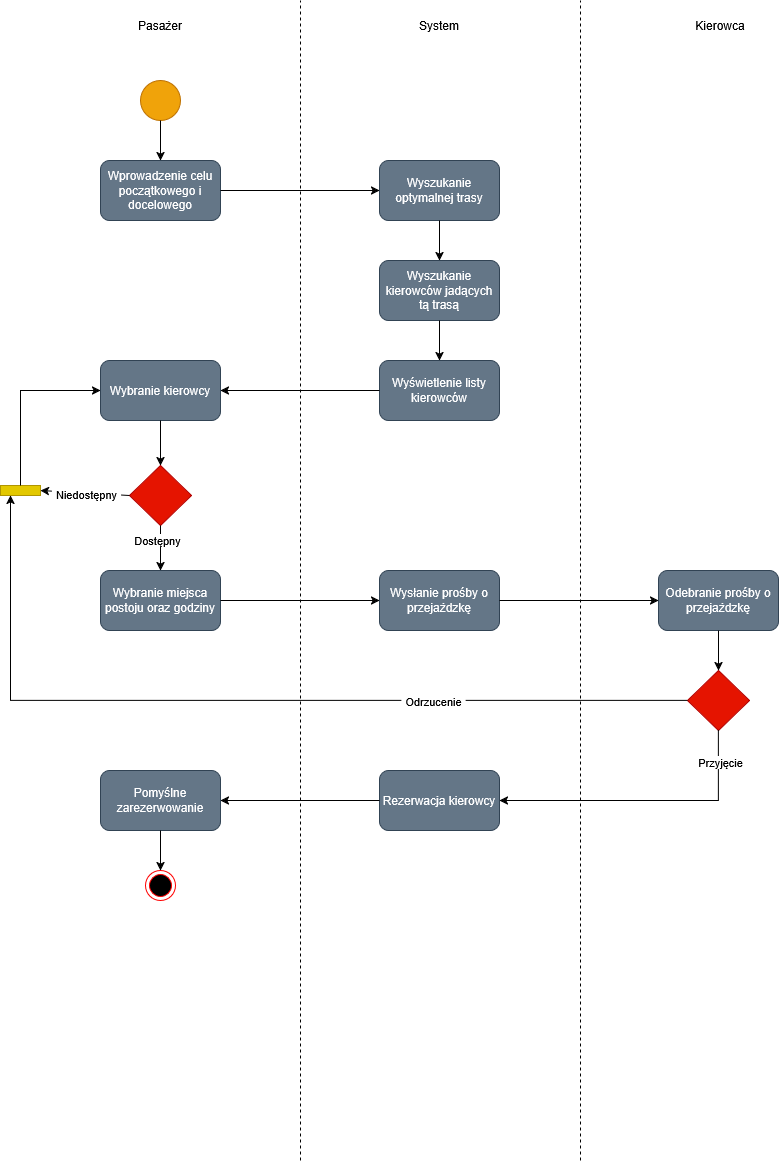
Before: docs/Projekt_IO_Main.drawio.png, a diagram exported from draw.io (IoProjektS5/IO_Projekt). Source tidied: cells renumbered, new cells last; positions are measured from the earlier drawing's top-left corner, leaving out a move shared by most shapes.
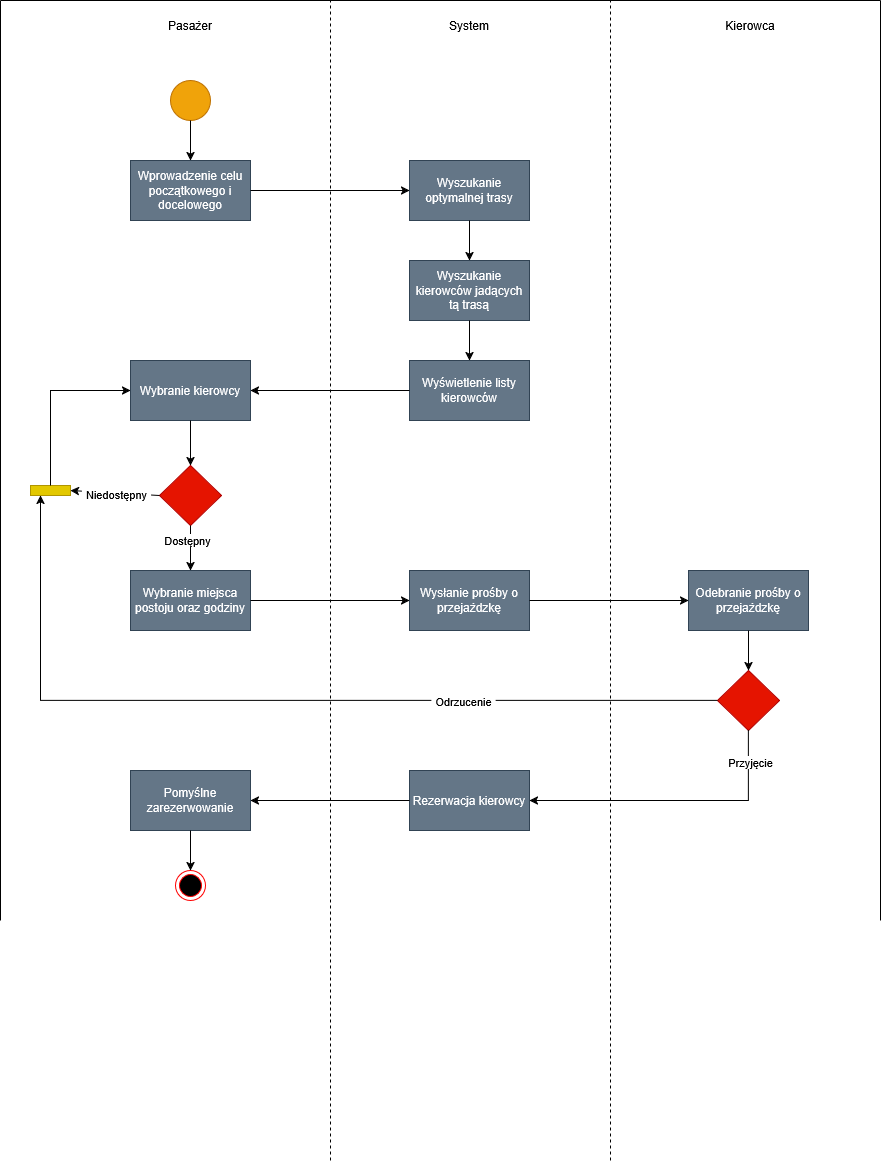
After the change.

Change to the diagram source:
```diff
@@ -1,8 +1,8 @@
-<mxGraphModel>
+<mxGraphModel background="light-dark(#FFFFFF,#FFFFFF)">
   <root>
     <mxCell id="0" />
     <mxCell id="1" parent="0" />
-    <mxCell id="2" style="ellipse;whiteSpace=wrap;html=1;shapeInside=1;fillColor=#f0a30a;fontColor=#000000;strokeColor=#BD7000;" parent="1" vertex="1">
+    <mxCell id="2" style="ellipse;whiteSpace=wrap;html=1;shapeInside=1;fillColor=#f0a30a;fontColor=#000000;strokeColor=#BD7000;rounded=0;" parent="1" vertex="1">
       <mxGeometry x="140" y="80" width="40" height="40" as="geometry" />
     </mxCell>
     <mxCell id="3" style="endArrow=none;dashed=1;html=1;rounded=0;defaultLabelBackgroundColor=page;labelPadding=0 4;" parent="1" edge="1">
@@ -26,55 +26,55 @@
     <mxCell id="7" value="Kierowca" style="text;html=1;whiteSpace=wrap;strokeColor=none;fillColor=none;align=center;verticalAlign=middle;rounded=0;" parent="1" vertex="1">
       <mxGeometry x="660" y="10" width="120" height="30" as="geometry" />
     </mxCell>
-    <mxCell id="8" value="Wprowadzenie celu początkowego i docelowego" style="rounded=1;whiteSpace=wrap;html=1;roundedPerimeter=1;fillColor=#647687;strokeColor=#314354;fontColor=#ffffff;" parent="1" vertex="1">
+    <mxCell id="8" value="Wprowadzenie celu początkowego i docelowego" style="rounded=0;whiteSpace=wrap;html=1;fillColor=#647687;strokeColor=#314354;fontColor=#ffffff;" parent="1" vertex="1">
       <mxGeometry x="100" y="160" width="120" height="60" as="geometry" />
     </mxCell>
     <mxCell id="9" style="endArrow=classic;html=1;rounded=0;defaultLabelBackgroundColor=page;labelPadding=0 4;exitX=0.5;exitY=1;exitDx=0;exitDy=0;entryX=0.5;entryY=0;entryDx=0;entryDy=0;" parent="1" edge="1" source="2" target="8">
       <mxGeometry relative="1" as="geometry" />
     </mxCell>
-    <mxCell id="10" value="Wyszukanie optymalnej trasy" style="rounded=1;whiteSpace=wrap;html=1;roundedPerimeter=1;fillColor=#647687;fontColor=#ffffff;strokeColor=#314354;" parent="1" vertex="1">
+    <mxCell id="10" value="Wyszukanie optymalnej trasy" style="rounded=0;whiteSpace=wrap;html=1;fillColor=#647687;fontColor=#ffffff;strokeColor=#314354;" parent="1" vertex="1">
       <mxGeometry x="379" y="160" width="120" height="60" as="geometry" />
     </mxCell>
     <mxCell id="11" style="endArrow=classic;html=1;rounded=0;defaultLabelBackgroundColor=page;labelPadding=0 4;exitX=1;exitY=0.5;exitDx=0;exitDy=0;entryX=0;entryY=0.5;entryDx=0;entryDy=0;" parent="1" edge="1" source="8" target="10">
       <mxGeometry relative="1" as="geometry" />
     </mxCell>
-    <mxCell id="12" value="Wyszukanie kierowców jadących tą trasą" style="rounded=1;whiteSpace=wrap;html=1;roundedPerimeter=1;fillColor=#647687;fontColor=#ffffff;strokeColor=#314354;" parent="1" vertex="1">
+    <mxCell id="12" value="Wyszukanie kierowców jadących tą trasą" style="rounded=0;whiteSpace=wrap;html=1;fillColor=#647687;fontColor=#ffffff;strokeColor=#314354;" parent="1" vertex="1">
       <mxGeometry x="379" y="260" width="120" height="60" as="geometry" />
     </mxCell>
     <mxCell id="13" style="endArrow=classic;html=1;rounded=0;defaultLabelBackgroundColor=page;labelPadding=0 4;exitX=0.5;exitY=1;exitDx=0;exitDy=0;entryX=0.5;entryY=0;entryDx=0;entryDy=0;" parent="1" edge="1" source="10" target="12">
       <mxGeometry relative="1" as="geometry" />
     </mxCell>
-    <mxCell id="14" value="Wyświetlenie listy kierowców" style="rounded=1;whiteSpace=wrap;html=1;roundedPerimeter=1;fillColor=#647687;fontColor=#ffffff;strokeColor=#314354;" parent="1" vertex="1">
+    <mxCell id="14" value="Wyświetlenie listy kierowców" style="rounded=0;whiteSpace=wrap;html=1;fillColor=#647687;fontColor=#ffffff;strokeColor=#314354;" parent="1" vertex="1">
       <mxGeometry x="379" y="360" width="120" height="60" as="geometry" />
     </mxCell>
     <mxCell id="15" style="endArrow=classic;html=1;rounded=0;defaultLabelBackgroundColor=page;labelPadding=0 4;exitX=0.5;exitY=1;exitDx=0;exitDy=0;entryX=0.5;entryY=0;entryDx=0;entryDy=0;" parent="1" edge="1" source="12" target="14">
       <mxGeometry relative="1" as="geometry" />
     </mxCell>
-    <mxCell id="16" value="Wybranie kierowcy" style="rounded=1;whiteSpace=wrap;html=1;roundedPerimeter=1;fillColor=#647687;fontColor=#ffffff;strokeColor=#314354;" parent="1" vertex="1">
+    <mxCell id="16" value="Wybranie kierowcy" style="rounded=0;whiteSpace=wrap;html=1;fillColor=#647687;fontColor=#ffffff;strokeColor=#314354;" parent="1" vertex="1">
       <mxGeometry x="100" y="360" width="120" height="60" as="geometry" />
     </mxCell>
     <mxCell id="17" style="endArrow=classic;html=1;rounded=0;defaultLabelBackgroundColor=page;labelPadding=0 4;exitX=0;exitY=0.5;exitDx=0;exitDy=0;entryX=1;entryY=0.5;entryDx=0;entryDy=0;" parent="1" edge="1" source="14" target="16">
       <mxGeometry relative="1" as="geometry" />
     </mxCell>
-    <mxCell id="18" value="Wybranie miejsca postoju oraz godziny" style="rounded=1;whiteSpace=wrap;html=1;roundedPerimeter=1;fillColor=#647687;fontColor=#ffffff;strokeColor=#314354;" parent="1" vertex="1">
+    <mxCell id="18" value="Wybranie miejsca postoju oraz godziny" style="rounded=0;whiteSpace=wrap;html=1;fillColor=#647687;fontColor=#ffffff;strokeColor=#314354;" parent="1" vertex="1">
       <mxGeometry x="100" y="570" width="120" height="60" as="geometry" />
     </mxCell>
-    <mxCell id="19" value="Wysłanie prośby o przejażdzkę" style="rounded=1;whiteSpace=wrap;html=1;roundedPerimeter=1;fillColor=#647687;fontColor=#ffffff;strokeColor=#314354;" parent="1" vertex="1">
+    <mxCell id="19" value="Wysłanie prośby o przejażdzkę" style="rounded=0;whiteSpace=wrap;html=1;fillColor=#647687;fontColor=#ffffff;strokeColor=#314354;" parent="1" vertex="1">
       <mxGeometry x="379" y="570" width="120" height="60" as="geometry" />
     </mxCell>
     <mxCell id="20" style="endArrow=classic;html=1;rounded=0;defaultLabelBackgroundColor=page;labelPadding=0 4;exitX=1;exitY=0.5;exitDx=0;exitDy=0;entryX=0;entryY=0.5;entryDx=0;entryDy=0;" parent="1" edge="1" source="18" target="19">
       <mxGeometry relative="1" as="geometry" />
     </mxCell>
-    <mxCell id="21" value="Odebranie prośby o przejażdzkę" style="rounded=1;whiteSpace=wrap;html=1;roundedPerimeter=1;fillColor=#647687;fontColor=#ffffff;strokeColor=#314354;" parent="1" vertex="1">
+    <mxCell id="21" value="Odebranie prośby o przejażdzkę" style="rounded=0;whiteSpace=wrap;html=1;fillColor=#647687;fontColor=#ffffff;strokeColor=#314354;" parent="1" vertex="1">
       <mxGeometry x="658" y="570" width="120" height="60" as="geometry" />
     </mxCell>
     <mxCell id="22" style="endArrow=classic;html=1;rounded=0;defaultLabelBackgroundColor=page;labelPadding=0 4;exitX=1;exitY=0.5;exitDx=0;exitDy=0;entryX=0;entryY=0.5;entryDx=0;entryDy=0;" parent="1" edge="1" source="19" target="21">
       <mxGeometry relative="1" as="geometry" />
     </mxCell>
-    <mxCell id="23" style="rhombus;whiteSpace=wrap;html=1;shapeInside=1;fillColor=#e51400;fontColor=#ffffff;strokeColor=#B20000;" parent="1" vertex="1">
+    <mxCell id="23" style="rhombus;whiteSpace=wrap;html=1;shapeInside=1;fillColor=#e51400;fontColor=#ffffff;strokeColor=#B20000;rounded=0;" parent="1" vertex="1">
       <mxGeometry x="687" y="670" width="62" height="60" as="geometry" />
     </mxCell>
-    <mxCell id="24" style="rhombus;whiteSpace=wrap;html=1;shapeInside=1;fillColor=#e51400;fontColor=#ffffff;strokeColor=#B20000;" parent="1" vertex="1">
+    <mxCell id="24" style="rhombus;whiteSpace=wrap;html=1;shapeInside=1;fillColor=#e51400;fontColor=#ffffff;strokeColor=#B20000;rounded=0;" parent="1" vertex="1">
       <mxGeometry x="129" y="465" width="62" height="60" as="geometry" />
     </mxCell>
     <mxCell id="25" style="endArrow=classic;html=1;rounded=0;defaultLabelBackgroundColor=page;labelPadding=0 4;exitX=0.5;exitY=1;exitDx=0;exitDy=0;entryX=0.5;entryY=0;entryDx=0;entryDy=0;" parent="1" edge="1" source="16" target="24">
@@ -91,13 +91,13 @@
         </Array>
       </mxGeometry>
     </mxCell>
-    <mxCell id="27" value="Dostępny" style="edgeLabel;html=1;align=center;verticalAlign=middle;inheritText=1;defaultLabelBackgroundColor=page;labelPadding=0 4;" parent="26" vertex="1">
+    <mxCell id="27" value="Dostępny" style="edgeLabel;html=1;align=center;verticalAlign=middle;inheritText=1;defaultLabelBackgroundColor=page;labelPadding=0 4;rounded=0;" parent="26" vertex="1">
       <mxGeometry x="-0.36" y="-4" relative="1" as="geometry" />
     </mxCell>
     <mxCell id="28" style="endArrow=classic;html=1;rounded=0;defaultLabelBackgroundColor=page;labelPadding=0 4;exitX=0.5;exitY=1;exitDx=0;exitDy=0;entryX=0.5;entryY=0;entryDx=0;entryDy=0;" parent="1" edge="1" source="21" target="23">
       <mxGeometry relative="1" as="geometry" />
     </mxCell>
-    <mxCell id="29" value="Rezerwacja kierowcy" style="rounded=1;whiteSpace=wrap;html=1;roundedPerimeter=1;fillColor=#647687;fontColor=#ffffff;strokeColor=#314354;" parent="1" vertex="1">
+    <mxCell id="29" value="Rezerwacja kierowcy" style="rounded=0;whiteSpace=wrap;html=1;fillColor=#647687;fontColor=#ffffff;strokeColor=#314354;" parent="1" vertex="1">
       <mxGeometry x="379" y="770" width="120" height="60" as="geometry" />
     </mxCell>
     <mxCell id="30" style="endArrow=classic;html=1;rounded=0;defaultLabelBackgroundColor=page;labelPadding=0 4;exitX=0.5;exitY=1;exitDx=0;exitDy=0;entryX=1;entryY=0.5;entryDx=0;entryDy=0;" parent="1" edge="1" source="23" target="29">
@@ -107,7 +107,7 @@
         </Array>
       </mxGeometry>
     </mxCell>
-    <mxCell id="31" value="Przyjęcie" style="edgeLabel;html=1;align=center;verticalAlign=middle;inheritText=1;defaultLabelBackgroundColor=page;labelPadding=0 4;" parent="30" vertex="1">
+    <mxCell id="31" value="Przyjęcie" style="edgeLabel;html=1;align=center;verticalAlign=middle;inheritText=1;defaultLabelBackgroundColor=page;labelPadding=0 4;rounded=0;" parent="30" vertex="1">
       <mxGeometry x="-0.79" y="1" relative="1" as="geometry" />
     </mxCell>
     <mxCell id="32" style="endArrow=classic;html=1;rounded=0;defaultLabelBackgroundColor=page;labelPadding=0 4;exitX=0;exitY=0.5;exitDx=0;exitDy=0;entryX=0.25;entryY=1;entryDx=0;entryDy=0;" parent="1" edge="1" source="23" target="34">
@@ -117,7 +117,7 @@
         </Array>
       </mxGeometry>
     </mxCell>
-    <mxCell id="33" value="Odrzucenie" style="edgeLabel;html=1;align=center;verticalAlign=middle;inheritText=1;defaultLabelBackgroundColor=page;labelPadding=0 4;" parent="32" vertex="1">
+    <mxCell id="33" value="Odrzucenie" style="edgeLabel;html=1;align=center;verticalAlign=middle;inheritText=1;defaultLabelBackgroundColor=page;labelPadding=0 4;rounded=0;" parent="32" vertex="1">
       <mxGeometry x="-0.41" y="4" relative="1" as="geometry">
         <mxPoint x="7" y="-4" as="offset" />
       </mxGeometry>
@@ -128,7 +128,7 @@
     <mxCell id="35" style="endArrow=classic;html=1;rounded=0;defaultLabelBackgroundColor=page;labelPadding=0 4;exitX=0;exitY=0.5;exitDx=0;exitDy=0;entryX=1;entryY=0.5;entryDx=0;entryDy=0;" parent="1" edge="1" source="24" target="34">
       <mxGeometry relative="1" as="geometry" />
     </mxCell>
-    <mxCell id="36" value="Niedostępny" style="edgeLabel;html=1;align=center;verticalAlign=middle;inheritText=1;defaultLabelBackgroundColor=page;labelPadding=0 4;" parent="35" vertex="1">
+    <mxCell id="36" value="Niedostępny" style="edgeLabel;html=1;align=center;verticalAlign=middle;inheritText=1;defaultLabelBackgroundColor=page;labelPadding=0 4;rounded=0;" parent="35" vertex="1">
       <mxGeometry x="-0.01" y="1" relative="1" as="geometry" />
     </mxCell>
     <mxCell id="37" style="endArrow=classic;html=1;rounded=0;defaultLabelBackgroundColor=page;labelPadding=0 4;exitX=0.5;exitY=0;exitDx=0;exitDy=0;entryX=0;entryY=0.5;entryDx=0;entryDy=0;" parent="1" edge="1" source="34" target="16">
@@ -138,17 +138,35 @@
         </Array>
       </mxGeometry>
     </mxCell>
-    <mxCell id="38" value="Pomyślne zarezerwowanie" style="rounded=1;whiteSpace=wrap;html=1;roundedPerimeter=1;fillColor=#647687;fontColor=#ffffff;strokeColor=#314354;" parent="1" vertex="1">
+    <mxCell id="38" value="Pomyślne zarezerwowanie" style="rounded=0;whiteSpace=wrap;html=1;fillColor=#647687;fontColor=#ffffff;strokeColor=#314354;" parent="1" vertex="1">
       <mxGeometry x="100" y="770" width="120" height="60" as="geometry" />
     </mxCell>
     <mxCell id="39" style="endArrow=classic;html=1;rounded=0;defaultLabelBackgroundColor=page;labelPadding=0 4;exitX=0;exitY=0.5;exitDx=0;exitDy=0;entryX=1;entryY=0.5;entryDx=0;entryDy=0;" parent="1" edge="1" source="29" target="38">
       <mxGeometry relative="1" as="geometry" />
     </mxCell>
-    <mxCell id="40" style="ellipse;html=1;shape=endState;fillColor=#000000;strokeColor=#ff0000;" parent="1" vertex="1">
+    <mxCell id="40" style="ellipse;html=1;shape=endState;fillColor=#000000;strokeColor=#ff0000;rounded=0;" parent="1" vertex="1">
       <mxGeometry x="145" y="870" width="30" height="30" as="geometry" />
     </mxCell>
     <mxCell id="41" style="endArrow=classic;html=1;rounded=0;defaultLabelBackgroundColor=page;labelPadding=0 4;exitX=0.5;exitY=1;exitDx=0;exitDy=0;entryX=0.5;entryY=0;entryDx=0;entryDy=0;" parent="1" edge="1" source="38" target="40">
       <mxGeometry relative="1" as="geometry" />
     </mxCell>
+    <mxCell id="42" style="endArrow=none;html=1;defaultLabelBackgroundColor=page;labelPadding=0 4;" parent="1" edge="1">
+      <mxGeometry relative="1" as="geometry">
+        <mxPoint x="850" y="920" as="sourcePoint" />
+        <mxPoint x="850" as="targetPoint" />
+      </mxGeometry>
+    </mxCell>
+    <mxCell id="43" style="endArrow=none;html=1;defaultLabelBackgroundColor=page;labelPadding=0 4;" parent="1" edge="1">
+      <mxGeometry relative="1" as="geometry">
+        <mxPoint x="-30" y="920" as="sourcePoint" />
+        <mxPoint x="-30" as="targetPoint" />
+      </mxGeometry>
+    </mxCell>
+    <mxCell id="44" style="endArrow=none;html=1;defaultLabelBackgroundColor=page;labelPadding=0 4;" parent="1" edge="1">
+      <mxGeometry relative="1" as="geometry">
+        <mxPoint x="-30" as="sourcePoint" />
+        <mxPoint x="850" as="targetPoint" />
+      </mxGeometry>
+    </mxCell>
   </root>
 </mxGraphModel>
```
